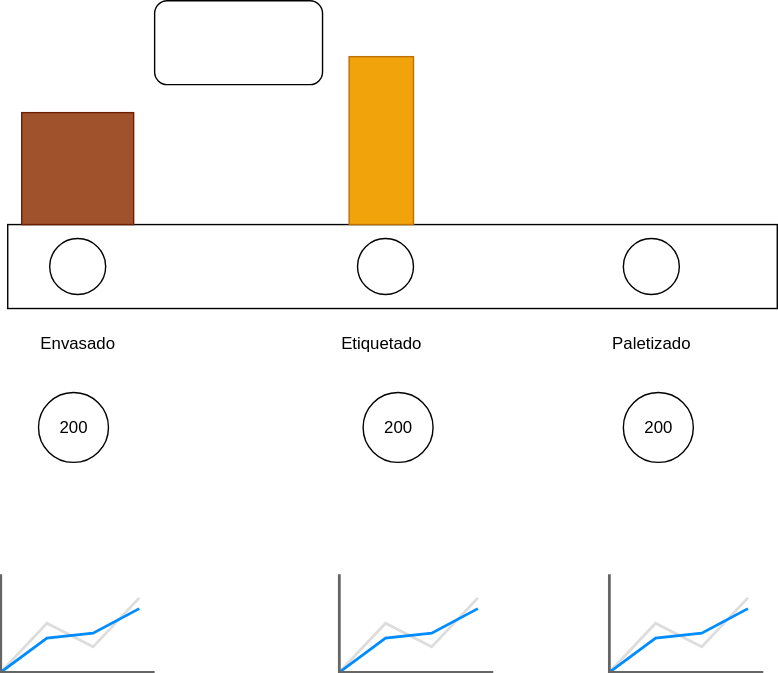
Earlier version of the draw.io export docs/Fribin/ejemplo_envasado/panel.svg (hriosalido/lab-grafana_curso). Source tidied: cells renumbered, new cells last; positions are measured from the earlier drawing's top-left corner, leaving out a move shared by most shapes.
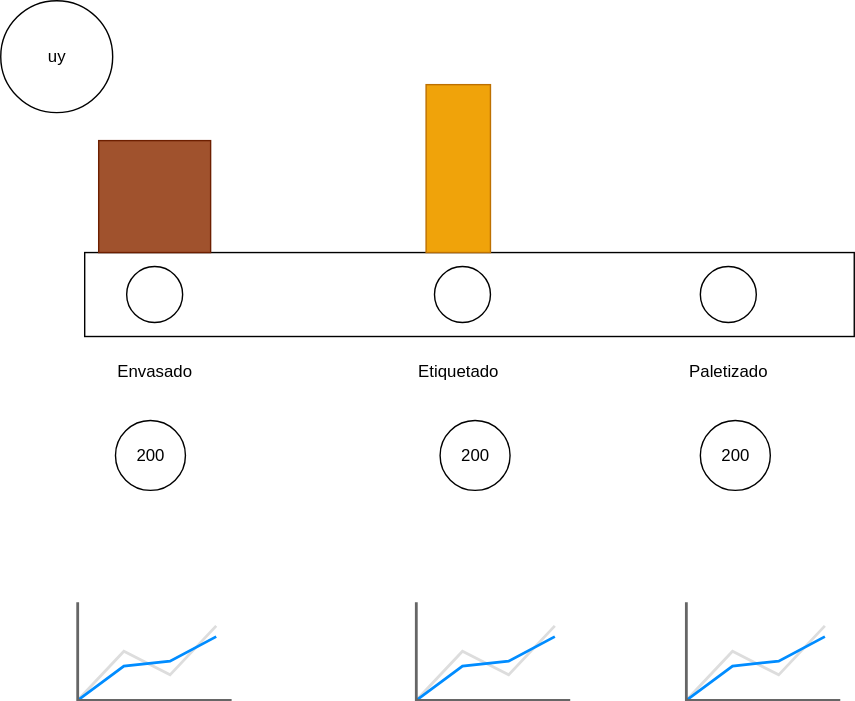
After the commit.

What changed in the source:
```diff
@@ -50,14 +50,14 @@
     <mxCell id="17" value="200" style="text;html=1;align=center;verticalAlign=middle;whiteSpace=wrap;rounded=0;" parent="1" vertex="1">
       <mxGeometry x="445" y="290" width="50" height="30" as="geometry" />
     </mxCell>
-    <mxCell id="18" style="rounded=1;whiteSpace=wrap;html=1;" parent="1" vertex="1">
-      <mxGeometry x="110" width="120" height="60" as="geometry" />
-    </mxCell>
     <mxCell id="19" style="group;" parent="1" vertex="1">
       <mxGeometry x="25" y="280" width="52" height="50" as="geometry" />
     </mxCell>
     <mxCell id="20" value="200" style="ellipse;whiteSpace=wrap;html=1;" parent="19" vertex="1">
       <mxGeometry x="2" width="50" height="50" as="geometry" />
     </mxCell>
+    <mxCell id="21" value="uy" style="ellipse;whiteSpace=wrap;html=1;" parent="1" vertex="1">
+      <mxGeometry x="-55" y="-20" width="80" height="80" as="geometry" />
+    </mxCell>
   </root>
 </mxGraphModel>
```
